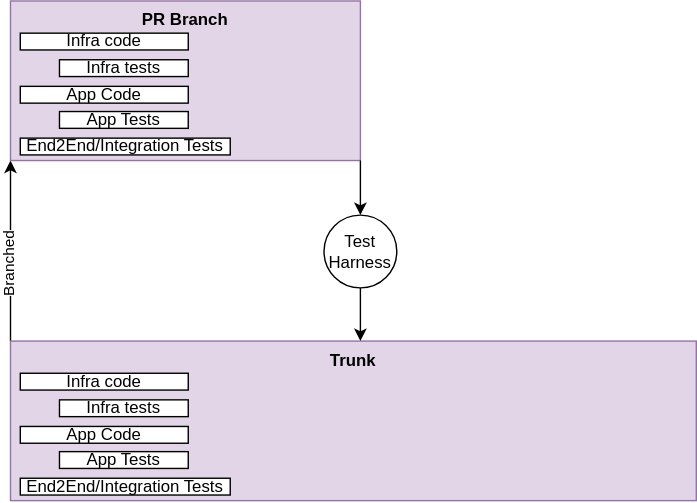
Above: assets/images/deployments.svg in vjavle/minimal-mistakes (draw.io), before the change. Source tidied: cells renumbered, new cells last; positions are measured from the earlier drawing's top-left corner, leaving out a move shared by most shapes. Its diagram source:
```xml
<mxGraphModel>
  <root>
    <mxCell id="0" />
    <mxCell id="1" parent="0" />
    <mxCell id="2" style="edgeStyle=orthogonalEdgeStyle;rounded=0;jettySize=auto;html=1;entryX=0;entryY=1;entryDx=0;entryDy=0;exitX=0;exitY=0;exitDx=0;exitDy=0;" parent="1" edge="1" source="10" target="4">
      <mxGeometry relative="1" as="geometry" />
    </mxCell>
    <mxCell id="3" value="Branched" style="edgeLabel;html=1;align=center;verticalAlign=middle;horizontal=0;" parent="2" vertex="1">
      <mxGeometry x="-0.15" y="1" relative="1" as="geometry" />
    </mxCell>
    <mxCell id="4" value="PR Branch" style="rounded=0;whiteSpace=wrap;html=1;verticalAlign=top;fontStyle=1;fillColor=#e1d5e7;strokeColor=#9673a6;" parent="1" vertex="1">
      <mxGeometry width="250" height="114" as="geometry" />
    </mxCell>
    <mxCell id="5" value="Infra code" style="rounded=0;whiteSpace=wrap;html=1;" parent="1" vertex="1">
      <mxGeometry x="7" y="23" width="120" height="12" as="geometry" />
    </mxCell>
    <mxCell id="6" value="App Code" style="rounded=0;whiteSpace=wrap;html=1;" parent="1" vertex="1">
      <mxGeometry x="7" y="61" width="120" height="12" as="geometry" />
    </mxCell>
    <mxCell id="7" value="App Tests" style="rounded=0;whiteSpace=wrap;html=1;" parent="1" vertex="1">
      <mxGeometry x="35" y="79" width="92" height="12" as="geometry" />
    </mxCell>
    <mxCell id="8" value="Infra tests" style="rounded=0;whiteSpace=wrap;html=1;" parent="1" vertex="1">
      <mxGeometry x="35" y="42" width="92" height="12" as="geometry" />
    </mxCell>
    <mxCell id="9" value="End2End/Integration Tests" style="rounded=0;whiteSpace=wrap;html=1;" parent="1" vertex="1">
      <mxGeometry x="7" y="98" width="150" height="12" as="geometry" />
    </mxCell>
    <mxCell id="10" value="Trunk" style="rounded=0;whiteSpace=wrap;html=1;verticalAlign=top;fontStyle=1;fillColor=#e1d5e7;strokeColor=#9673a6;" parent="1" vertex="1">
      <mxGeometry y="243" width="490" height="114" as="geometry" />
    </mxCell>
    <mxCell id="11" value="Infra code" style="rounded=0;whiteSpace=wrap;html=1;" parent="1" vertex="1">
      <mxGeometry x="7" y="266" width="120" height="12" as="geometry" />
    </mxCell>
    <mxCell id="12" value="App Code" style="rounded=0;whiteSpace=wrap;html=1;" parent="1" vertex="1">
      <mxGeometry x="7" y="304" width="120" height="12" as="geometry" />
    </mxCell>
    <mxCell id="13" value="App Tests" style="rounded=0;whiteSpace=wrap;html=1;" parent="1" vertex="1">
      <mxGeometry x="35" y="322" width="92" height="12" as="geometry" />
    </mxCell>
    <mxCell id="14" value="Infra tests" style="rounded=0;whiteSpace=wrap;html=1;" parent="1" vertex="1">
      <mxGeometry x="35" y="285" width="92" height="12" as="geometry" />
    </mxCell>
    <mxCell id="15" value="End2End/Integration Tests" style="rounded=0;whiteSpace=wrap;html=1;" parent="1" vertex="1">
      <mxGeometry x="7" y="341" width="150" height="12" as="geometry" />
    </mxCell>
    <mxCell id="16" style="edgeStyle=orthogonalEdgeStyle;rounded=0;jettySize=auto;html=1;startArrow=none;startFill=0;endArrow=classic;endFill=1;" parent="1" edge="1" source="18">
      <mxGeometry relative="1" as="geometry">
        <mxPoint x="250" y="243" as="targetPoint" />
      </mxGeometry>
    </mxCell>
    <mxCell id="17" style="edgeStyle=orthogonalEdgeStyle;rounded=0;jettySize=auto;html=1;entryX=1;entryY=1;entryDx=0;entryDy=0;startArrow=classic;startFill=1;endArrow=none;endFill=0;" parent="1" edge="1" source="18" target="4">
      <mxGeometry relative="1" as="geometry" />
    </mxCell>
    <mxCell id="18" value="Test Harness" style="ellipse;whiteSpace=wrap;html=1;" parent="1" vertex="1">
      <mxGeometry x="224" y="153" width="52" height="52" as="geometry" />
    </mxCell>
  </root>
</mxGraphModel>
```
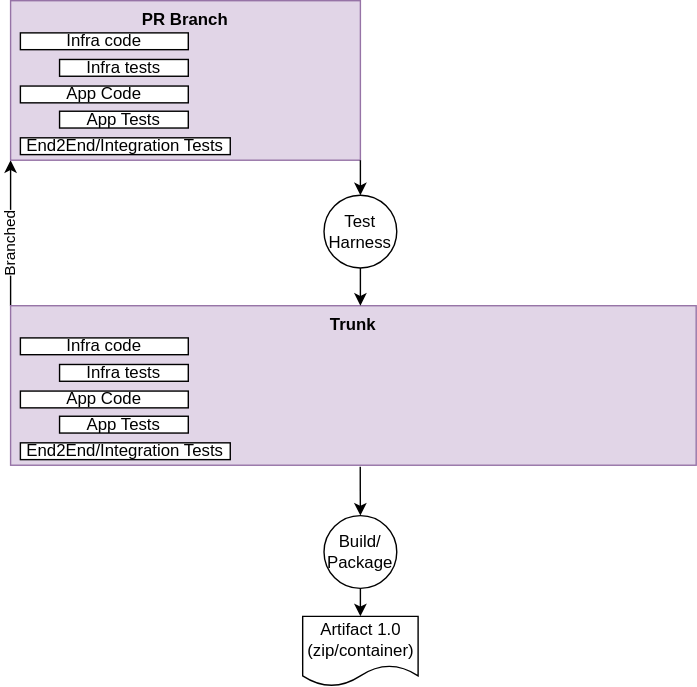
The same diagram one commit later.

Change to the diagram source:
```diff
@@ -9,23 +9,26 @@
       <mxGeometry x="-0.15" y="1" relative="1" as="geometry" />
     </mxCell>
     <mxCell id="4" value="PR Branch" style="rounded=0;whiteSpace=wrap;html=1;verticalAlign=top;fontStyle=1;fillColor=#e1d5e7;strokeColor=#9673a6;" parent="1" vertex="1">
-      <mxGeometry width="250" height="114" as="geometry" />
+      <mxGeometry y="25" width="250" height="114" as="geometry" />
     </mxCell>
     <mxCell id="5" value="Infra code" style="rounded=0;whiteSpace=wrap;html=1;" parent="1" vertex="1">
-      <mxGeometry x="7" y="23" width="120" height="12" as="geometry" />
+      <mxGeometry x="7" y="48" width="120" height="12" as="geometry" />
     </mxCell>
     <mxCell id="6" value="App Code" style="rounded=0;whiteSpace=wrap;html=1;" parent="1" vertex="1">
-      <mxGeometry x="7" y="61" width="120" height="12" as="geometry" />
+      <mxGeometry x="7" y="86" width="120" height="12" as="geometry" />
     </mxCell>
     <mxCell id="7" value="App Tests" style="rounded=0;whiteSpace=wrap;html=1;" parent="1" vertex="1">
-      <mxGeometry x="35" y="79" width="92" height="12" as="geometry" />
+      <mxGeometry x="35" y="104" width="92" height="12" as="geometry" />
     </mxCell>
     <mxCell id="8" value="Infra tests" style="rounded=0;whiteSpace=wrap;html=1;" parent="1" vertex="1">
-      <mxGeometry x="35" y="42" width="92" height="12" as="geometry" />
+      <mxGeometry x="35" y="67" width="92" height="12" as="geometry" />
     </mxCell>
     <mxCell id="9" value="End2End/Integration Tests" style="rounded=0;whiteSpace=wrap;html=1;" parent="1" vertex="1">
-      <mxGeometry x="7" y="98" width="150" height="12" as="geometry" />
+      <mxGeometry x="7" y="123" width="150" height="12" as="geometry" />
     </mxCell>
+    <mxCell id="19" style="edgeStyle=orthogonalEdgeStyle;rounded=0;jettySize=auto;html=1;startArrow=none;startFill=0;endArrow=classic;endFill=1;exitX=0.51;exitY=1.009;exitDx=0;exitDy=0;exitPerimeter=0;" parent="1" edge="1" source="10" target="22">
+      <mxGeometry relative="1" as="geometry" />
+    </mxCell>
     <mxCell id="10" value="Trunk" style="rounded=0;whiteSpace=wrap;html=1;verticalAlign=top;fontStyle=1;fillColor=#e1d5e7;strokeColor=#9673a6;" parent="1" vertex="1">
       <mxGeometry y="243" width="490" height="114" as="geometry" />
     </mxCell>
@@ -53,7 +56,16 @@
       <mxGeometry relative="1" as="geometry" />
     </mxCell>
     <mxCell id="18" value="Test Harness" style="ellipse;whiteSpace=wrap;html=1;" parent="1" vertex="1">
-      <mxGeometry x="224" y="153" width="52" height="52" as="geometry" />
+      <mxGeometry x="224" y="164" width="52" height="52" as="geometry" />
     </mxCell>
+    <mxCell id="20" value="&lt;div&gt;Artifact 1.0&lt;/div&gt;&lt;div&gt;(zip/container)&lt;/div&gt;" style="shape=document;whiteSpace=wrap;html=1;boundedLbl=1;" parent="1" vertex="1">
+      <mxGeometry x="208.8" y="465" width="82.5" height="50" as="geometry" />
+    </mxCell>
+    <mxCell id="21" style="edgeStyle=orthogonalEdgeStyle;rounded=0;jettySize=auto;html=1;startArrow=none;startFill=0;endArrow=classic;endFill=1;" parent="1" edge="1" source="22" target="20">
+      <mxGeometry relative="1" as="geometry" />
+    </mxCell>
+    <mxCell id="22" value="Build/&lt;br&gt;Package" style="ellipse;whiteSpace=wrap;html=1;" parent="1" vertex="1">
+      <mxGeometry x="224" y="393" width="52" height="52" as="geometry" />
+    </mxCell>
   </root>
 </mxGraphModel>
```
